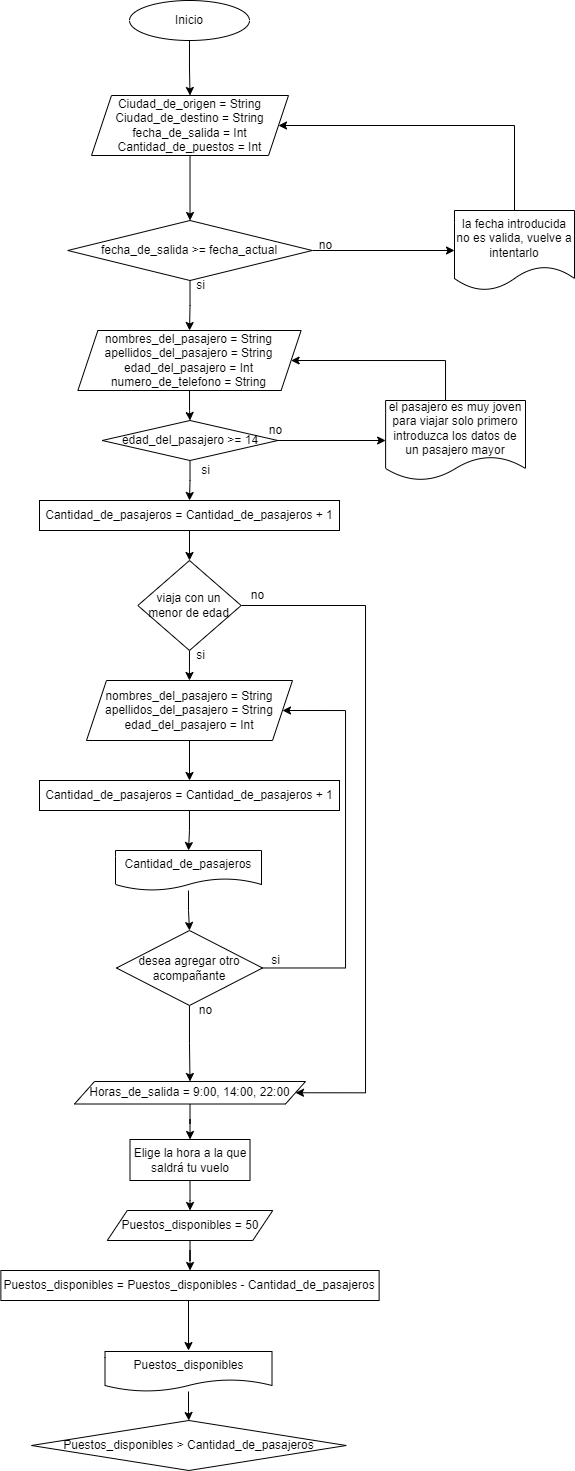
Earlier version of the draw.io export Venta de tiquetes.png (dasamepu/Flujo-de-funciones-para-encapsular-algoritmos). Source tidied: cells renumbered, new cells last; positions are measured from the earlier drawing's top-left corner, leaving out a move shared by most shapes.
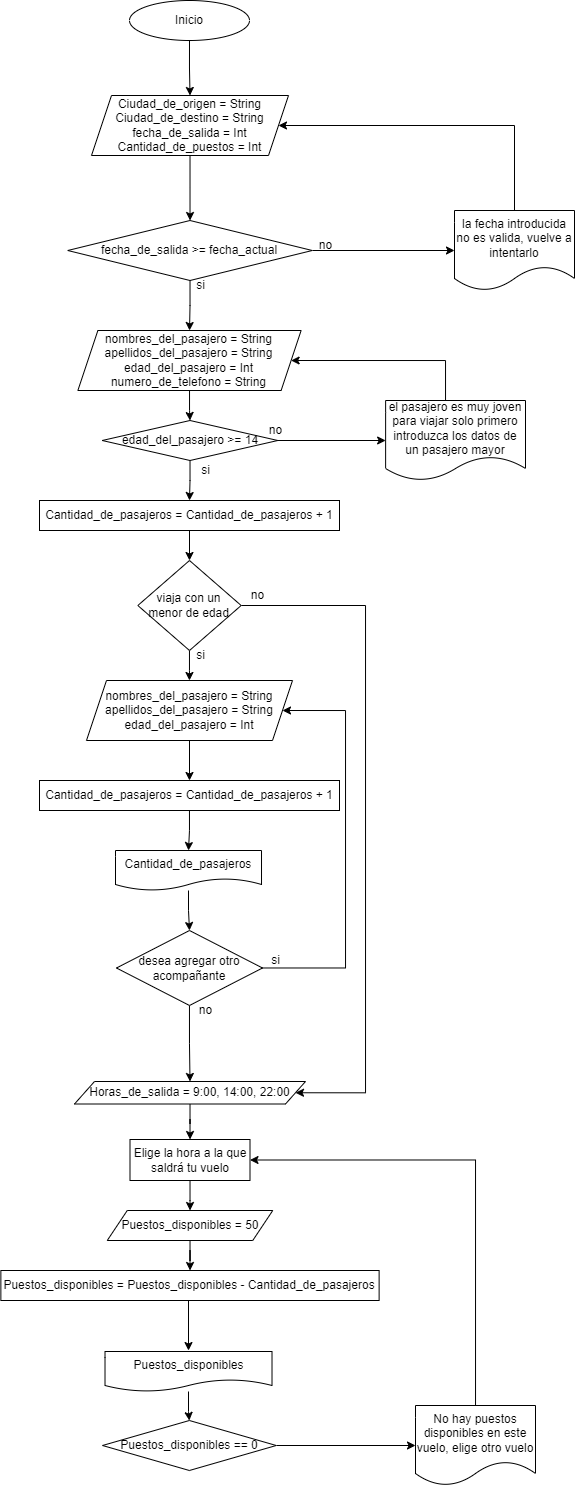
After the commit.

The edit, as a diff of the source:
```diff
@@ -171,8 +171,21 @@
     <mxCell id="49" value="Puestos_disponibles" style="shape=document;whiteSpace=wrap;html=1;boundedLbl=1;" parent="1" vertex="1">
       <mxGeometry x="104.5" y="1351" width="167" height="40" as="geometry" />
     </mxCell>
+    <mxCell id="51" style="edgeStyle=orthogonalEdgeStyle;rounded=0;jettySize=auto;html=1;" parent="1" edge="1" source="50" target="53">
+      <mxGeometry relative="1" as="geometry" />
+    </mxCell>
-    <mxCell id="50" value="Puestos_disponibles &amp;gt; Cantidad_de_pasajeros" style="rhombus;whiteSpace=wrap;html=1;" parent="1" vertex="1">
-      <mxGeometry x="31" y="1420" width="314.7" height="50" as="geometry" />
+    <mxCell id="50" value="Puestos_disponibles == 0" style="rhombus;whiteSpace=wrap;html=1;" parent="1" vertex="1">
+      <mxGeometry x="102" y="1420" width="173.7" height="50" as="geometry" />
     </mxCell>
+    <mxCell id="52" style="edgeStyle=orthogonalEdgeStyle;rounded=0;jettySize=auto;html=1;entryX=1;entryY=0.5;entryDx=0;entryDy=0;" parent="1" edge="1" source="53" target="43">
+      <mxGeometry relative="1" as="geometry">
+        <Array as="points">
+          <mxPoint x="475" y="1159" />
+        </Array>
+      </mxGeometry>
+    </mxCell>
+    <mxCell id="53" value="No hay puestos disponibles en este vuelo, elige otro vuelo" style="shape=document;whiteSpace=wrap;html=1;boundedLbl=1;" parent="1" vertex="1">
+      <mxGeometry x="415" y="1405" width="120" height="80" as="geometry" />
+    </mxCell>
   </root>
 </mxGraphModel>
```
